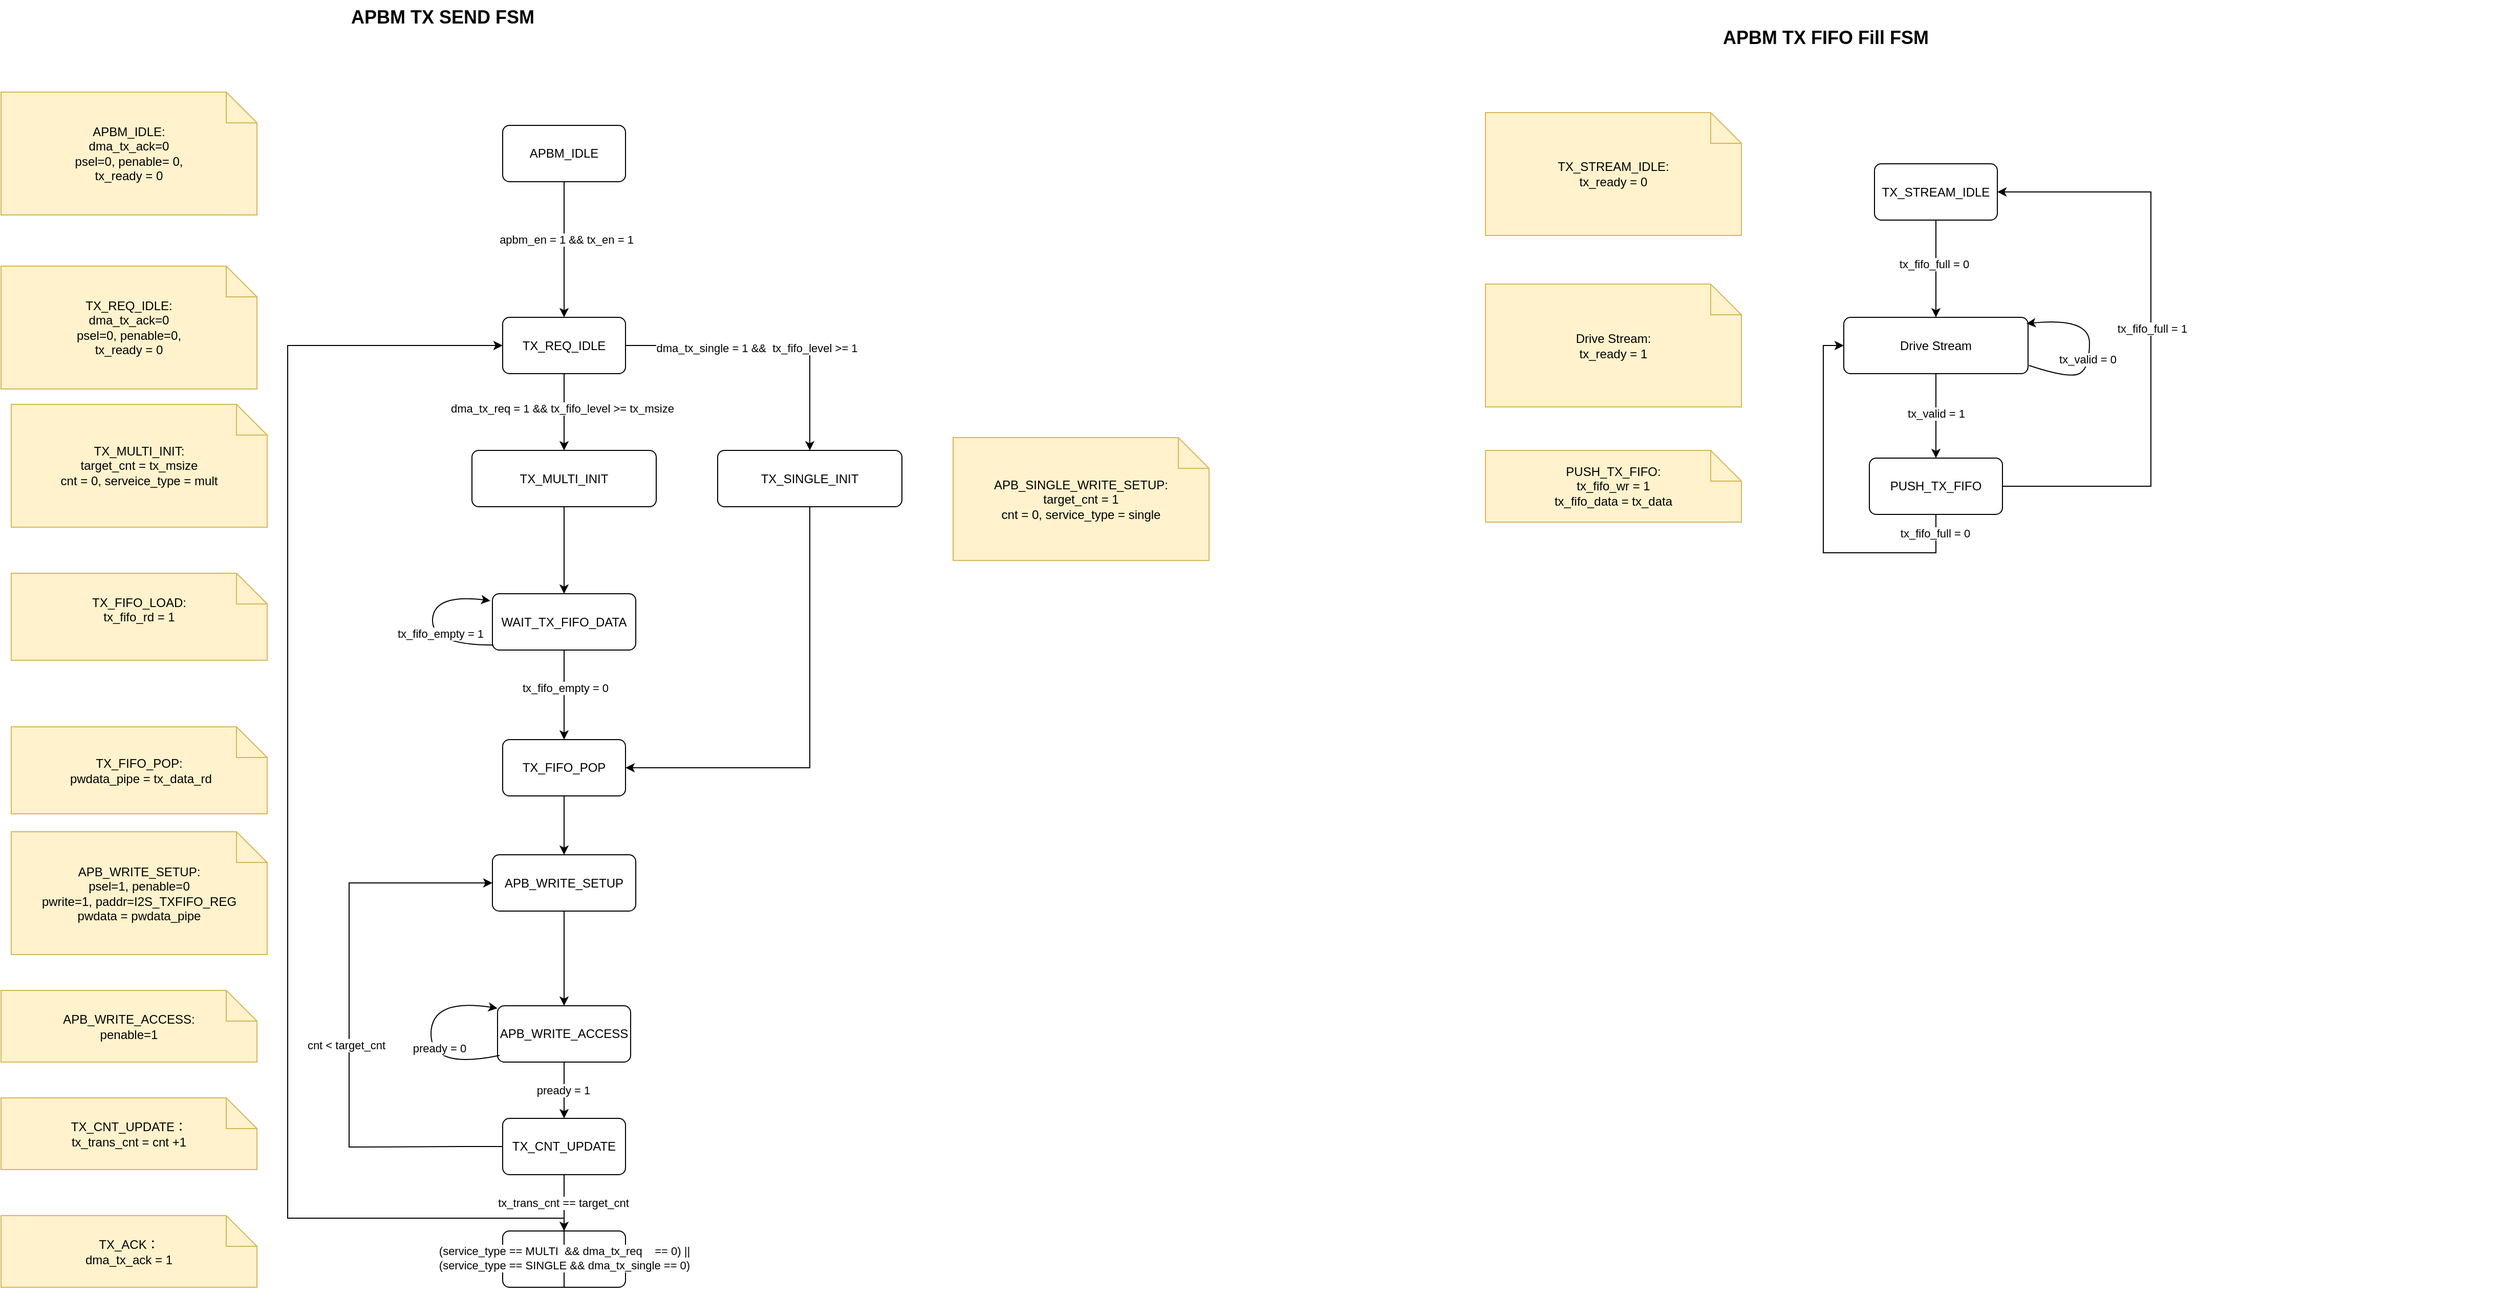
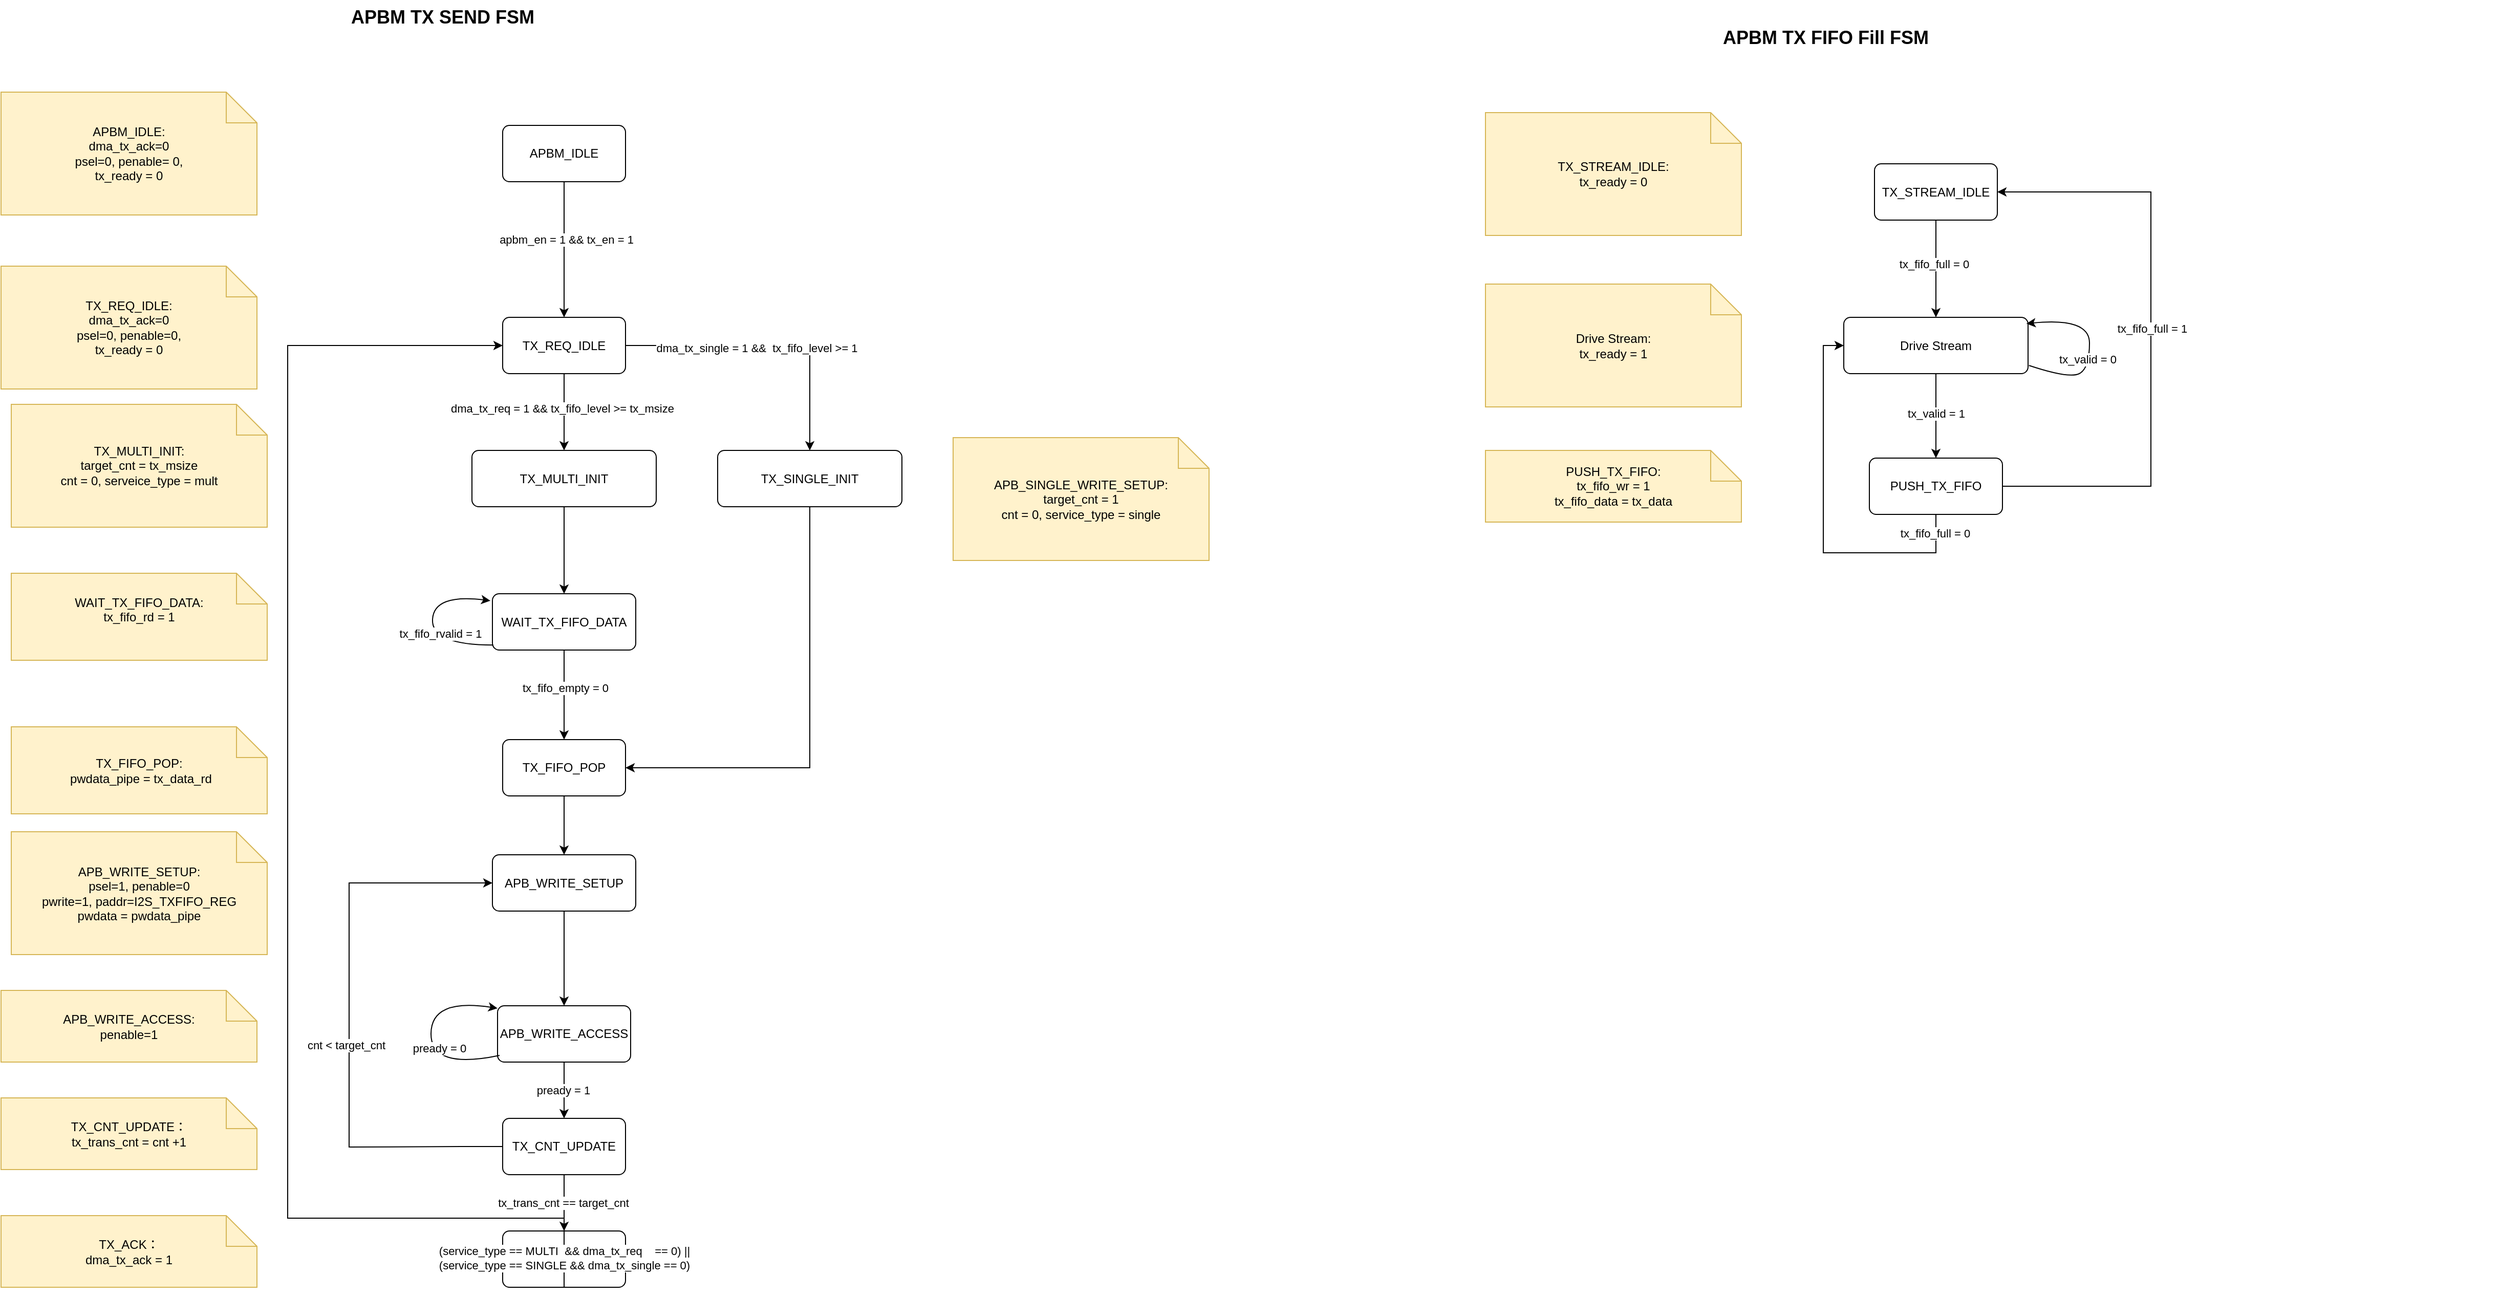
<mxfile host="app.diagrams.net">
  <diagram name="第 1 页" id="fH5n9Me7nUtPE_JYtTzi">
    <mxGraphModel dx="774" dy="437" grid="1" gridSize="10" guides="1" tooltips="1" connect="1" arrows="1" fold="1" page="1" pageScale="1" pageWidth="827" pageHeight="1169" math="0" shadow="0">
      <root>
        <mxCell id="0" />
        <mxCell id="1" parent="0" />
        <mxCell id="Ly1VW1kiYANL2SHkxWqd-1" parent="1" style="text;html=1;strokeColor=none;fillColor=none;fontSize=18;fontStyle=1;" value="APBM TX SEND FSM&amp;nbsp;&amp;nbsp;" vertex="1">
          <mxGeometry height="40" width="760" x="810" y="130" as="geometry" />
        </mxCell>
        <mxCell id="Ly1VW1kiYANL2SHkxWqd-2" parent="1" style="rounded=1;whiteSpace=wrap;html=1;arcSize=12;fillColor=#ffffff;strokeColor=#000000;" value="TX_REQ_IDLE" vertex="1">
          <mxGeometry height="55" width="120" x="960" y="440" as="geometry" />
        </mxCell>
        <mxCell id="Ly1VW1kiYANL2SHkxWqd-3" parent="1" style="rounded=1;whiteSpace=wrap;html=1;arcSize=12;fillColor=#ffffff;strokeColor=#000000;" value="APB_WRITE_SETUP" vertex="1">
          <mxGeometry height="55" width="140" x="950" y="965" as="geometry" />
        </mxCell>
        <mxCell id="Ly1VW1kiYANL2SHkxWqd-4" edge="1" parent="1" source="Ly1VW1kiYANL2SHkxWqd-2" style="endArrow=classic;html=1;rounded=0;exitX=0.5;exitY=1;exitDx=0;exitDy=0;entryX=0.5;entryY=0;entryDx=0;entryDy=0;" target="Ly1VW1kiYANL2SHkxWqd-40" value="">
          <mxGeometry height="50" relative="1" width="50" as="geometry">
            <mxPoint x="1040" y="560" as="sourcePoint" />
            <mxPoint x="1020" y="570" as="targetPoint" />
          </mxGeometry>
        </mxCell>
        <mxCell id="Ly1VW1kiYANL2SHkxWqd-5" connectable="0" parent="Ly1VW1kiYANL2SHkxWqd-4" style="edgeLabel;html=1;align=center;verticalAlign=middle;resizable=0;points=[];" value="dma_tx_req = 1 &amp;amp;&amp;amp; tx_fifo_level &amp;gt;= tx_msize" vertex="1">
          <mxGeometry relative="1" x="-0.0927" y="-2" as="geometry">
            <mxPoint as="offset" />
          </mxGeometry>
        </mxCell>
        <mxCell id="Ly1VW1kiYANL2SHkxWqd-6" parent="1" style="shape=note;whiteSpace=wrap;html=1;fillColor=#fff2cc;strokeColor=#d6b656;" value="APB_WRITE_SETUP:&lt;div&gt;psel=1, penable=0&lt;br&gt;pwrite=1, paddr=I2S_TXFIFO_REG&lt;/div&gt;&lt;div&gt;pwdata = pwdata_pipe&lt;/div&gt;" vertex="1">
          <mxGeometry height="120" width="250" x="480" y="942.5" as="geometry" />
        </mxCell>
        <mxCell id="Ly1VW1kiYANL2SHkxWqd-7" parent="1" style="rounded=1;whiteSpace=wrap;html=1;arcSize=12;fillColor=#ffffff;strokeColor=#000000;" value="APB_WRITE_ACCESS" vertex="1">
          <mxGeometry height="55" width="130" x="955" y="1112.5" as="geometry" />
        </mxCell>
        <mxCell id="Ly1VW1kiYANL2SHkxWqd-8" edge="1" parent="1" source="Ly1VW1kiYANL2SHkxWqd-3" style="endArrow=classic;html=1;rounded=0;exitX=0.5;exitY=1;exitDx=0;exitDy=0;entryX=0.5;entryY=0;entryDx=0;entryDy=0;" target="Ly1VW1kiYANL2SHkxWqd-7" value="">
          <mxGeometry height="50" relative="1" width="50" as="geometry">
            <mxPoint x="1030" y="1095" as="sourcePoint" />
            <mxPoint x="1080" y="1045" as="targetPoint" />
          </mxGeometry>
        </mxCell>
        <mxCell id="Ly1VW1kiYANL2SHkxWqd-9" parent="1" style="shape=note;whiteSpace=wrap;html=1;fillColor=#fff2cc;strokeColor=#d6b656;" value="APB_WRITE_ACCESS:&lt;br&gt;penable=1" vertex="1">
          <mxGeometry height="70" width="250" x="470" y="1097.5" as="geometry" />
        </mxCell>
        <mxCell id="Ly1VW1kiYANL2SHkxWqd-10" edge="1" parent="1" source="Ly1VW1kiYANL2SHkxWqd-7" style="curved=1;endArrow=classic;html=1;rounded=0;exitX=0.015;exitY=0.881;exitDx=0;exitDy=0;entryX=0;entryY=0;entryDx=0;entryDy=0;exitPerimeter=0;" value="">
          <mxGeometry height="50" relative="1" width="50" as="geometry">
            <Array as="points">
              <mxPoint x="890" y="1175" />
              <mxPoint x="890" y="1105" />
            </Array>
            <mxPoint x="955" y="1170" as="sourcePoint" />
            <mxPoint x="955" y="1115" as="targetPoint" />
          </mxGeometry>
        </mxCell>
        <mxCell id="Ly1VW1kiYANL2SHkxWqd-11" connectable="0" parent="Ly1VW1kiYANL2SHkxWqd-10" style="edgeLabel;html=1;align=center;verticalAlign=middle;resizable=0;points=[];" value="pready = 0" vertex="1">
          <mxGeometry relative="1" x="-0.1215" y="-8" as="geometry">
            <mxPoint as="offset" />
          </mxGeometry>
        </mxCell>
        <mxCell id="Ly1VW1kiYANL2SHkxWqd-13" edge="1" parent="1" source="Ly1VW1kiYANL2SHkxWqd-7" style="endArrow=classic;html=1;rounded=0;exitX=0.5;exitY=1;exitDx=0;exitDy=0;entryX=0.5;entryY=0;entryDx=0;entryDy=0;" target="Ly1VW1kiYANL2SHkxWqd-47" value="">
          <mxGeometry height="50" relative="1" width="50" as="geometry">
            <mxPoint x="1010" y="1245" as="sourcePoint" />
            <mxPoint x="1020" y="1212.5" as="targetPoint" />
          </mxGeometry>
        </mxCell>
        <mxCell id="Ly1VW1kiYANL2SHkxWqd-14" connectable="0" parent="Ly1VW1kiYANL2SHkxWqd-13" style="edgeLabel;html=1;align=center;verticalAlign=middle;resizable=0;points=[];" value="pready = 1" vertex="1">
          <mxGeometry relative="1" x="0.0089" y="-1" as="geometry">
            <mxPoint as="offset" />
          </mxGeometry>
        </mxCell>
        <mxCell id="Ly1VW1kiYANL2SHkxWqd-16" parent="1" style="rounded=1;whiteSpace=wrap;html=1;arcSize=12;fillColor=#ffffff;strokeColor=#000000;" value="TX_ACK" vertex="1">
          <mxGeometry height="55" width="120" x="960" y="1332.5" as="geometry" />
        </mxCell>
        <mxCell id="Ly1VW1kiYANL2SHkxWqd-17" edge="1" parent="1" source="Ly1VW1kiYANL2SHkxWqd-47" style="endArrow=classic;html=1;rounded=0;exitX=0.5;exitY=1;exitDx=0;exitDy=0;entryX=0.5;entryY=0;entryDx=0;entryDy=0;" target="Ly1VW1kiYANL2SHkxWqd-16" value="">
          <mxGeometry height="50" relative="1" width="50" as="geometry">
            <mxPoint x="1150.3600000000001" y="1167.5" as="sourcePoint" />
            <mxPoint x="1150" y="1202.5" as="targetPoint" />
          </mxGeometry>
        </mxCell>
        <mxCell id="Ly1VW1kiYANL2SHkxWqd-18" connectable="0" parent="Ly1VW1kiYANL2SHkxWqd-17" style="edgeLabel;html=1;align=center;verticalAlign=middle;resizable=0;points=[];" value="tx_trans_cnt == target_cnt" vertex="1">
          <mxGeometry relative="1" x="0.0089" y="-1" as="geometry">
            <mxPoint as="offset" />
          </mxGeometry>
        </mxCell>
        <mxCell id="Ly1VW1kiYANL2SHkxWqd-19" parent="1" style="shape=note;whiteSpace=wrap;html=1;fillColor=#fff2cc;strokeColor=#d6b656;" value="TX_ACK：&lt;div&gt;dma_tx_ack = 1&lt;/div&gt;" vertex="1">
          <mxGeometry height="70" width="250" x="470" y="1317.5" as="geometry" />
        </mxCell>
        <mxCell id="Ly1VW1kiYANL2SHkxWqd-20" parent="1" style="shape=note;whiteSpace=wrap;html=1;fillColor=#fff2cc;strokeColor=#d6b656;" value="TX_REQ_IDLE:&lt;div&gt;dma_tx_ack=0&lt;/div&gt;&lt;div&gt;psel=0, penable=0,&lt;br&gt;&lt;/div&gt;&lt;div&gt;tx_ready = 0&lt;br&gt;&lt;/div&gt;" vertex="1">
          <mxGeometry height="120" width="250" x="470" y="390" as="geometry" />
        </mxCell>
        <mxCell id="Ly1VW1kiYANL2SHkxWqd-21" edge="1" parent="1" source="Ly1VW1kiYANL2SHkxWqd-16" style="endArrow=classic;html=1;rounded=0;exitX=0.5;exitY=1;exitDx=0;exitDy=0;edgeStyle=orthogonalEdgeStyle;entryX=0;entryY=0.5;entryDx=0;entryDy=0;" target="Ly1VW1kiYANL2SHkxWqd-2" value="">
          <mxGeometry height="50" relative="1" width="50" as="geometry">
            <Array as="points">
              <mxPoint x="1020" y="1320" />
              <mxPoint x="750" y="1320" />
              <mxPoint x="750" y="468" />
            </Array>
            <mxPoint x="909.95" y="1052.5" as="sourcePoint" />
            <mxPoint x="850" y="465" as="targetPoint" />
          </mxGeometry>
        </mxCell>
        <mxCell id="Ly1VW1kiYANL2SHkxWqd-22" connectable="0" parent="Ly1VW1kiYANL2SHkxWqd-21" style="edgeLabel;html=1;align=center;verticalAlign=middle;resizable=0;points=[];" value="&lt;div&gt;(service_type == MULTI&amp;nbsp; &amp;amp;&amp;amp; dma_tx_req&amp;nbsp; &amp;nbsp; == 0) ||&lt;/div&gt;&lt;div&gt;(service_type == SINGLE &amp;amp;&amp;amp; dma_tx_single == 0)&lt;/div&gt;" vertex="1">
          <mxGeometry relative="1" x="-0.9589" as="geometry">
            <mxPoint as="offset" />
          </mxGeometry>
        </mxCell>
        <mxCell id="Ly1VW1kiYANL2SHkxWqd-23" edge="1" parent="1" source="Ly1VW1kiYANL2SHkxWqd-2" style="endArrow=classic;html=1;rounded=0;exitX=1;exitY=0.5;exitDx=0;exitDy=0;edgeStyle=orthogonalEdgeStyle;entryX=0.5;entryY=0;entryDx=0;entryDy=0;" target="Ly1VW1kiYANL2SHkxWqd-25" value="">
          <mxGeometry height="50" relative="1" width="50" as="geometry">
            <mxPoint x="1250" y="540" as="sourcePoint" />
            <mxPoint x="1260" y="560" as="targetPoint" />
          </mxGeometry>
        </mxCell>
        <mxCell id="Ly1VW1kiYANL2SHkxWqd-24" connectable="0" parent="Ly1VW1kiYANL2SHkxWqd-23" style="edgeLabel;html=1;align=center;verticalAlign=middle;resizable=0;points=[];" value="dma_tx_single = 1 &amp;amp;&amp;amp;&amp;nbsp; tx_fifo_level &amp;gt;= 1" vertex="1">
          <mxGeometry relative="1" x="-0.0927" y="-2" as="geometry">
            <mxPoint as="offset" />
          </mxGeometry>
        </mxCell>
        <mxCell id="Ly1VW1kiYANL2SHkxWqd-25" parent="1" style="rounded=1;whiteSpace=wrap;html=1;arcSize=12;fillColor=#ffffff;strokeColor=#000000;" value="TX_SINGLE_INIT" vertex="1">
          <mxGeometry height="55" width="180" x="1170" y="570" as="geometry" />
        </mxCell>
        <mxCell id="Ly1VW1kiYANL2SHkxWqd-26" parent="1" style="shape=note;whiteSpace=wrap;html=1;fillColor=#fff2cc;strokeColor=#d6b656;" value="APB_SINGLE_WRITE_SETUP:&lt;div&gt;target_cnt = 1&lt;br&gt;cnt = 0, service_type = single&lt;/div&gt;" vertex="1">
          <mxGeometry height="120" width="250" x="1400" y="557.5" as="geometry" />
        </mxCell>
        <mxCell id="Ly1VW1kiYANL2SHkxWqd-27" edge="1" parent="1" source="Ly1VW1kiYANL2SHkxWqd-25" style="endArrow=classic;html=1;rounded=0;exitX=0.5;exitY=1;exitDx=0;exitDy=0;edgeStyle=orthogonalEdgeStyle;entryX=1;entryY=0.5;entryDx=0;entryDy=0;" target="Ly1VW1kiYANL2SHkxWqd-28" value="">
          <mxGeometry height="50" relative="1" width="50" as="geometry">
            <mxPoint x="1230" y="950" as="sourcePoint" />
            <mxPoint x="1090" y="705" as="targetPoint" />
          </mxGeometry>
        </mxCell>
        <mxCell id="Ly1VW1kiYANL2SHkxWqd-28" parent="1" style="rounded=1;whiteSpace=wrap;html=1;arcSize=12;fillColor=#ffffff;strokeColor=#000000;" value="TX_FIFO_POP" vertex="1">
          <mxGeometry height="55" width="120" x="960" y="852.5" as="geometry" />
        </mxCell>
        <mxCell id="Ly1VW1kiYANL2SHkxWqd-29" edge="1" parent="1" source="Ly1VW1kiYANL2SHkxWqd-40" style="endArrow=classic;html=1;rounded=0;exitX=0.5;exitY=1;exitDx=0;exitDy=0;entryX=0.5;entryY=0;entryDx=0;entryDy=0;" target="Ly1VW1kiYANL2SHkxWqd-66" value="">
          <mxGeometry height="50" relative="1" width="50" as="geometry">
            <Array as="points">
              <mxPoint x="1020" y="650" />
            </Array>
            <mxPoint x="1010" y="630" as="sourcePoint" />
            <mxPoint x="1020" y="680" as="targetPoint" />
          </mxGeometry>
        </mxCell>
        <mxCell id="Ly1VW1kiYANL2SHkxWqd-33" parent="1" style="shape=note;whiteSpace=wrap;html=1;fillColor=#fff2cc;strokeColor=#d6b656;" value="TX_FIFO_POP:&lt;div&gt;&lt;div&gt;&amp;nbsp;pwdata_pipe = tx_data_rd&lt;/div&gt;&lt;/div&gt;" vertex="1">
          <mxGeometry height="85" width="250" x="480" y="840" as="geometry" />
        </mxCell>
        <mxCell id="Ly1VW1kiYANL2SHkxWqd-34" parent="1" style="rounded=1;whiteSpace=wrap;html=1;arcSize=12;fillColor=#ffffff;strokeColor=#000000;" value="APBM_IDLE" vertex="1">
          <mxGeometry height="55" width="120" x="960" y="252.5" as="geometry" />
        </mxCell>
        <mxCell id="Ly1VW1kiYANL2SHkxWqd-35" edge="1" parent="1" source="Ly1VW1kiYANL2SHkxWqd-34" style="endArrow=classic;html=1;rounded=0;exitX=0.5;exitY=1;exitDx=0;exitDy=0;" target="Ly1VW1kiYANL2SHkxWqd-2" value="">
          <mxGeometry height="50" relative="1" width="50" as="geometry">
            <mxPoint x="1060" y="360" as="sourcePoint" />
            <mxPoint x="1110" y="310" as="targetPoint" />
          </mxGeometry>
        </mxCell>
        <mxCell id="Ly1VW1kiYANL2SHkxWqd-36" connectable="0" parent="Ly1VW1kiYANL2SHkxWqd-35" style="edgeLabel;html=1;align=center;verticalAlign=middle;resizable=0;points=[];" value="apbm_en = 1 &amp;amp;&amp;amp; tx_en = 1" vertex="1">
          <mxGeometry relative="1" x="-0.1446" y="2" as="geometry">
            <mxPoint as="offset" />
          </mxGeometry>
        </mxCell>
        <mxCell id="Ly1VW1kiYANL2SHkxWqd-37" parent="1" style="shape=note;whiteSpace=wrap;html=1;fillColor=#fff2cc;strokeColor=#d6b656;" value="APBM_IDLE:&lt;div&gt;dma_tx_ack=0&lt;/div&gt;&lt;div&gt;psel=0, penable= 0,&lt;br&gt;&lt;/div&gt;&lt;div&gt;tx_ready = 0&lt;/div&gt;" vertex="1">
          <mxGeometry height="120" width="250" x="470" y="220" as="geometry" />
        </mxCell>
        <mxCell id="Ly1VW1kiYANL2SHkxWqd-38" edge="1" parent="1" source="Ly1VW1kiYANL2SHkxWqd-47" style="endArrow=classic;html=1;rounded=0;edgeStyle=orthogonalEdgeStyle;entryX=0;entryY=0.5;entryDx=0;entryDy=0;exitX=0;exitY=0.5;exitDx=0;exitDy=0;" target="Ly1VW1kiYANL2SHkxWqd-3" value="">
          <mxGeometry height="50" relative="1" width="50" as="geometry">
            <Array as="points">
              <mxPoint x="920" y="1249.5" />
              <mxPoint x="810" y="1250.5" />
              <mxPoint x="810" y="992.5" />
            </Array>
            <mxPoint x="920" y="1212.5" as="sourcePoint" />
            <mxPoint x="800" y="872.5" as="targetPoint" />
          </mxGeometry>
        </mxCell>
        <mxCell id="Ly1VW1kiYANL2SHkxWqd-39" connectable="0" parent="Ly1VW1kiYANL2SHkxWqd-38" style="edgeLabel;html=1;align=center;verticalAlign=middle;resizable=0;points=[];" value="cnt &amp;lt; target_cnt" vertex="1">
          <mxGeometry relative="1" x="-0.0902" y="3" as="geometry">
            <mxPoint as="offset" />
          </mxGeometry>
        </mxCell>
        <mxCell id="Ly1VW1kiYANL2SHkxWqd-40" parent="1" style="rounded=1;whiteSpace=wrap;html=1;arcSize=12;fillColor=#ffffff;strokeColor=#000000;" value="TX_MULTI_INIT" vertex="1">
          <mxGeometry height="55" width="180" x="930" y="570" as="geometry" />
        </mxCell>
        <mxCell id="Ly1VW1kiYANL2SHkxWqd-42" parent="1" style="shape=note;whiteSpace=wrap;html=1;fillColor=#fff2cc;strokeColor=#d6b656;" value="TX_MULTI_INIT:&lt;div&gt;target_cnt = tx_msize&lt;br&gt;cnt = 0, serveice_type = mult&lt;/div&gt;" vertex="1">
          <mxGeometry height="120" width="250" x="480" y="525" as="geometry" />
        </mxCell>
        <mxCell id="Ly1VW1kiYANL2SHkxWqd-45" edge="1" parent="1" source="Ly1VW1kiYANL2SHkxWqd-28" style="endArrow=classic;html=1;rounded=0;exitX=0.5;exitY=1;exitDx=0;exitDy=0;" target="Ly1VW1kiYANL2SHkxWqd-3" value="">
          <mxGeometry height="50" relative="1" width="50" as="geometry">
            <mxPoint x="1019.5699999999999" y="907.5" as="sourcePoint" />
            <mxPoint x="1019.5699999999999" y="964.5" as="targetPoint" />
          </mxGeometry>
        </mxCell>
        <mxCell id="Ly1VW1kiYANL2SHkxWqd-47" parent="1" style="rounded=1;whiteSpace=wrap;html=1;arcSize=12;fillColor=#ffffff;strokeColor=#000000;" value="TX_CNT_UPDATE" vertex="1">
          <mxGeometry height="55" width="120" x="960" y="1222.5" as="geometry" />
        </mxCell>
        <mxCell id="Ly1VW1kiYANL2SHkxWqd-48" parent="1" style="shape=note;whiteSpace=wrap;html=1;fillColor=#fff2cc;strokeColor=#d6b656;" value="TX_CNT_UPDATE：&lt;div&gt;tx_trans_cnt = cnt +1&lt;/div&gt;" vertex="1">
          <mxGeometry height="70" width="250" x="470" y="1202.5" as="geometry" />
        </mxCell>
        <mxCell id="Ly1VW1kiYANL2SHkxWqd-49" parent="1" style="text;html=1;strokeColor=none;fillColor=none;fontSize=18;fontStyle=1;" value="APBM TX FIFO Fill FSM&amp;nbsp;&amp;nbsp;" vertex="1">
          <mxGeometry height="40" width="760" x="2150" y="150" as="geometry" />
        </mxCell>
        <mxCell id="Ly1VW1kiYANL2SHkxWqd-50" parent="1" style="rounded=1;whiteSpace=wrap;html=1;arcSize=12;fillColor=#ffffff;strokeColor=#000000;" value="TX_STREAM_IDLE" vertex="1">
          <mxGeometry height="55" width="120" x="2300" y="290" as="geometry" />
        </mxCell>
        <mxCell id="Ly1VW1kiYANL2SHkxWqd-51" parent="1" style="rounded=1;whiteSpace=wrap;html=1;arcSize=12;fillColor=#ffffff;strokeColor=#000000;" value="Drive Stream" vertex="1">
          <mxGeometry height="55" width="180" x="2270" y="440" as="geometry" />
        </mxCell>
        <mxCell id="Ly1VW1kiYANL2SHkxWqd-52" edge="1" parent="1" source="Ly1VW1kiYANL2SHkxWqd-50" style="endArrow=classic;html=1;rounded=0;exitX=0.5;exitY=1;exitDx=0;exitDy=0;entryX=0.5;entryY=0;entryDx=0;entryDy=0;" target="Ly1VW1kiYANL2SHkxWqd-51" value="">
          <mxGeometry height="50" relative="1" width="50" as="geometry">
            <mxPoint x="2380" y="410" as="sourcePoint" />
            <mxPoint x="2430" y="360" as="targetPoint" />
          </mxGeometry>
        </mxCell>
        <mxCell id="Ly1VW1kiYANL2SHkxWqd-53" connectable="0" parent="Ly1VW1kiYANL2SHkxWqd-52" style="edgeLabel;html=1;align=center;verticalAlign=middle;resizable=0;points=[];" value="tx_fifo_full = 0" vertex="1">
          <mxGeometry relative="1" x="-0.0927" y="-2" as="geometry">
            <mxPoint as="offset" />
          </mxGeometry>
        </mxCell>
        <mxCell id="Ly1VW1kiYANL2SHkxWqd-54" parent="1" style="shape=note;whiteSpace=wrap;html=1;fillColor=#fff2cc;strokeColor=#d6b656;" value="Drive Stream:&lt;div&gt;tx_ready = 1&lt;/div&gt;" vertex="1">
          <mxGeometry height="120" width="250" x="1920" y="407.5" as="geometry" />
        </mxCell>
        <mxCell id="Ly1VW1kiYANL2SHkxWqd-55" parent="1" style="rounded=1;whiteSpace=wrap;html=1;arcSize=12;fillColor=#ffffff;strokeColor=#000000;" value="PUSH_TX_FIFO" vertex="1">
          <mxGeometry height="55" width="130" x="2295" y="577.5" as="geometry" />
        </mxCell>
        <mxCell id="Ly1VW1kiYANL2SHkxWqd-56" edge="1" parent="1" source="Ly1VW1kiYANL2SHkxWqd-51" style="endArrow=classic;html=1;rounded=0;exitX=0.5;exitY=1;exitDx=0;exitDy=0;entryX=0.5;entryY=0;entryDx=0;entryDy=0;" target="Ly1VW1kiYANL2SHkxWqd-55" value="">
          <mxGeometry height="50" relative="1" width="50" as="geometry">
            <mxPoint x="2370" y="560" as="sourcePoint" />
            <mxPoint x="2420" y="510" as="targetPoint" />
          </mxGeometry>
        </mxCell>
        <mxCell id="Ly1VW1kiYANL2SHkxWqd-57" connectable="0" parent="Ly1VW1kiYANL2SHkxWqd-56" style="edgeLabel;html=1;align=center;verticalAlign=middle;resizable=0;points=[];" value="tx_valid = 1" vertex="1">
          <mxGeometry relative="1" x="-0.0537" as="geometry">
            <mxPoint as="offset" />
          </mxGeometry>
        </mxCell>
        <mxCell id="Ly1VW1kiYANL2SHkxWqd-58" parent="1" style="shape=note;whiteSpace=wrap;html=1;fillColor=#fff2cc;strokeColor=#d6b656;" value="PUSH_TX_FIFO:&lt;div&gt;tx_fifo_wr = 1&lt;/div&gt;&lt;div&gt;tx_fifo_data = tx_data&lt;/div&gt;" vertex="1">
          <mxGeometry height="70" width="250" x="1920" y="570" as="geometry" />
        </mxCell>
        <mxCell id="Ly1VW1kiYANL2SHkxWqd-59" parent="1" style="shape=note;whiteSpace=wrap;html=1;fillColor=#fff2cc;strokeColor=#d6b656;" value="TX_STREAM_IDLE:&lt;div&gt;tx_ready = 0&lt;/div&gt;" vertex="1">
          <mxGeometry height="120" width="250" x="1920" y="240" as="geometry" />
        </mxCell>
        <mxCell id="Ly1VW1kiYANL2SHkxWqd-60" edge="1" parent="1" source="Ly1VW1kiYANL2SHkxWqd-55" style="endArrow=classic;html=1;rounded=0;exitX=0.5;exitY=1;exitDx=0;exitDy=0;entryX=0;entryY=0.5;entryDx=0;entryDy=0;edgeStyle=orthogonalEdgeStyle;" target="Ly1VW1kiYANL2SHkxWqd-51" value="">
          <mxGeometry height="50" relative="1" width="50" as="geometry">
            <Array as="points">
              <mxPoint x="2360" y="670" />
              <mxPoint x="2250" y="670" />
              <mxPoint x="2250" y="468" />
            </Array>
            <mxPoint x="2550" y="570" as="sourcePoint" />
            <mxPoint x="2600" y="520" as="targetPoint" />
          </mxGeometry>
        </mxCell>
        <mxCell id="Ly1VW1kiYANL2SHkxWqd-61" connectable="0" parent="Ly1VW1kiYANL2SHkxWqd-60" style="edgeLabel;html=1;align=center;verticalAlign=middle;resizable=0;points=[];" value="tx_fifo_full = 0" vertex="1">
          <mxGeometry relative="1" x="-0.9016" y="-1" as="geometry">
            <mxPoint as="offset" />
          </mxGeometry>
        </mxCell>
        <mxCell id="Ly1VW1kiYANL2SHkxWqd-62" edge="1" parent="1" source="Ly1VW1kiYANL2SHkxWqd-55" style="endArrow=classic;html=1;rounded=0;exitX=1;exitY=0.5;exitDx=0;exitDy=0;entryX=1;entryY=0.5;entryDx=0;entryDy=0;edgeStyle=orthogonalEdgeStyle;" target="Ly1VW1kiYANL2SHkxWqd-50" value="">
          <mxGeometry height="50" relative="1" width="50" as="geometry">
            <Array as="points">
              <mxPoint x="2570" y="605" />
              <mxPoint x="2570" y="318" />
            </Array>
            <mxPoint x="2510" y="600" as="sourcePoint" />
            <mxPoint x="2560" y="550" as="targetPoint" />
          </mxGeometry>
        </mxCell>
        <mxCell id="Ly1VW1kiYANL2SHkxWqd-63" connectable="0" parent="Ly1VW1kiYANL2SHkxWqd-62" style="edgeLabel;html=1;align=center;verticalAlign=middle;resizable=0;points=[];" value="tx_fifo_full = 1" vertex="1">
          <mxGeometry relative="1" x="0.0267" y="-1" as="geometry">
            <mxPoint as="offset" />
          </mxGeometry>
        </mxCell>
        <mxCell id="Ly1VW1kiYANL2SHkxWqd-64" edge="1" parent="1" source="Ly1VW1kiYANL2SHkxWqd-51" style="curved=1;endArrow=classic;html=1;rounded=0;entryX=0.991;entryY=0.112;entryDx=0;entryDy=0;exitX=1.005;exitY=0.854;exitDx=0;exitDy=0;exitPerimeter=0;entryPerimeter=0;" target="Ly1VW1kiYANL2SHkxWqd-51" value="">
          <mxGeometry height="50" relative="1" width="50" as="geometry">
            <Array as="points">
              <mxPoint x="2490" y="500" />
              <mxPoint x="2510" y="490" />
              <mxPoint x="2510" y="440" />
            </Array>
            <mxPoint x="2460" y="560" as="sourcePoint" />
            <mxPoint x="2510" y="510" as="targetPoint" />
          </mxGeometry>
        </mxCell>
        <mxCell id="Ly1VW1kiYANL2SHkxWqd-65" connectable="0" parent="Ly1VW1kiYANL2SHkxWqd-64" style="edgeLabel;html=1;align=center;verticalAlign=middle;resizable=0;points=[];" value="tx_valid = 0" vertex="1">
          <mxGeometry relative="1" x="-0.1698" y="2" as="geometry">
            <mxPoint as="offset" />
          </mxGeometry>
        </mxCell>
        <mxCell id="Ly1VW1kiYANL2SHkxWqd-66" parent="1" style="rounded=1;whiteSpace=wrap;html=1;arcSize=12;fillColor=#ffffff;strokeColor=#000000;" value="WAIT_TX_FIFO_DATA" vertex="1">
          <mxGeometry height="55" width="140" x="950" y="710" as="geometry" />
        </mxCell>
        <mxCell id="Ly1VW1kiYANL2SHkxWqd-68" edge="1" parent="1" source="Ly1VW1kiYANL2SHkxWqd-66" style="endArrow=classic;html=1;rounded=0;exitX=0.5;exitY=1;exitDx=0;exitDy=0;" target="Ly1VW1kiYANL2SHkxWqd-28" value="">
          <mxGeometry height="50" relative="1" width="50" as="geometry">
            <mxPoint x="1070" y="820" as="sourcePoint" />
            <mxPoint x="1120" y="770" as="targetPoint" />
          </mxGeometry>
        </mxCell>
        <mxCell id="Ly1VW1kiYANL2SHkxWqd-72" connectable="0" parent="Ly1VW1kiYANL2SHkxWqd-68" style="edgeLabel;html=1;align=center;verticalAlign=middle;resizable=0;points=[];" value="tx_fifo_empty = 0" vertex="1">
          <mxGeometry relative="1" x="-0.1581" y="1" as="geometry">
            <mxPoint as="offset" />
          </mxGeometry>
        </mxCell>
-         <mxCell id="Ly1VW1kiYANL2SHkxWqd-69" parent="1" style="shape=note;whiteSpace=wrap;html=1;fillColor=#fff2cc;strokeColor=#d6b656;" value="TX_FIFO_LOAD:&lt;div&gt;tx_fifo_rd = 1&lt;br&gt;&lt;div&gt;&lt;br&gt;&lt;/div&gt;&lt;/div&gt;" vertex="1">
+         <mxCell id="Ly1VW1kiYANL2SHkxWqd-69" parent="1" style="shape=note;whiteSpace=wrap;html=1;fillColor=#fff2cc;strokeColor=#d6b656;" value="WAIT_TX_FIFO_DATA:&lt;div&gt;tx_fifo_rd = 1&lt;br&gt;&lt;div&gt;&lt;br&gt;&lt;/div&gt;&lt;/div&gt;" vertex="1">
          <mxGeometry height="85" width="250" x="480" y="690" as="geometry" />
        </mxCell>
        <mxCell id="Ly1VW1kiYANL2SHkxWqd-70" edge="1" parent="1" source="Ly1VW1kiYANL2SHkxWqd-66" style="curved=1;endArrow=classic;html=1;rounded=0;exitX=0.006;exitY=0.911;exitDx=0;exitDy=0;entryX=-0.014;entryY=0.124;entryDx=0;entryDy=0;exitPerimeter=0;entryPerimeter=0;" target="Ly1VW1kiYANL2SHkxWqd-66" value="">
          <mxGeometry height="50" relative="1" width="50" as="geometry">
            <Array as="points">
              <mxPoint x="890" y="760" />
              <mxPoint x="893" y="710" />
            </Array>
            <mxPoint x="960" y="766" as="sourcePoint" />
            <mxPoint x="958" y="720" as="targetPoint" />
          </mxGeometry>
        </mxCell>
-         <mxCell id="Ly1VW1kiYANL2SHkxWqd-71" connectable="0" parent="Ly1VW1kiYANL2SHkxWqd-70" style="edgeLabel;html=1;align=center;verticalAlign=middle;resizable=0;points=[];" value="tx_fifo_empty = 1" vertex="1">
+         <mxCell id="Ly1VW1kiYANL2SHkxWqd-71" connectable="0" parent="Ly1VW1kiYANL2SHkxWqd-70" style="edgeLabel;html=1;align=center;verticalAlign=middle;resizable=0;points=[];" value="tx_fifo_rvalid = 1" vertex="1">
          <mxGeometry relative="1" x="-0.1215" y="-8" as="geometry">
            <mxPoint as="offset" />
          </mxGeometry>
        </mxCell>
      </root>
    </mxGraphModel>
  </diagram>
</mxfile>
